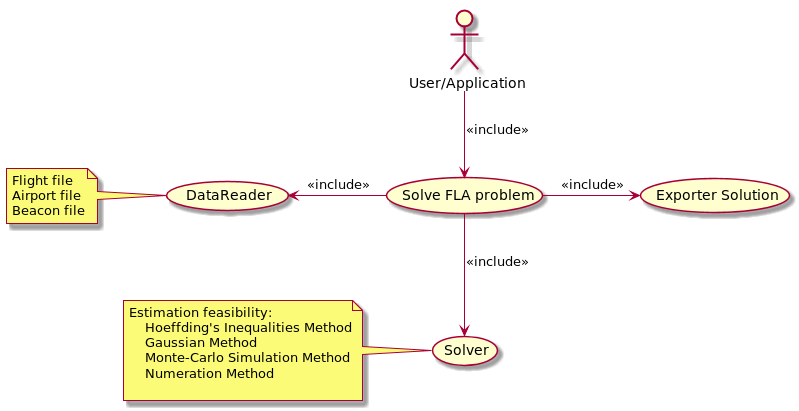
The PlantUML diagram uml/UseCaseDiagram_RobustFLA.png in martinWANG2014/RobustFLA, before a commit.
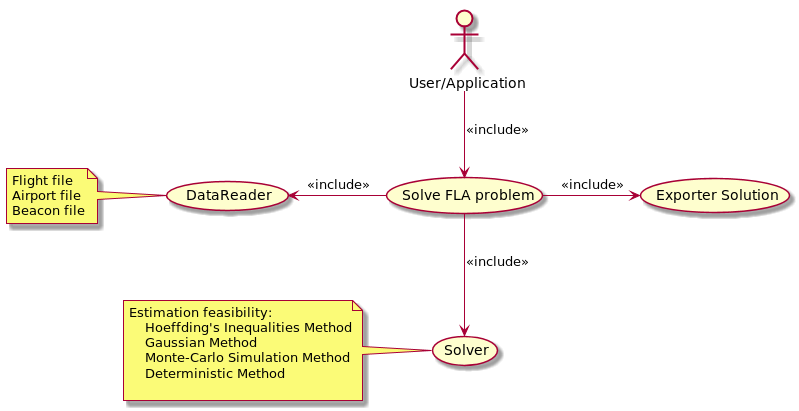
Later version of the same file.

The edit, as a diff of the source:
```diff
@@ -13,7 +13,7 @@
     Hoeffding's Inequalities Method
     Gaussian Method
     Monte-Carlo Simulation Method
-    Numeration Method
+    Deterministic Method
 
 end note
 (Solve FLA problem) -r-> (Exporter Solution):<<include>>
```
